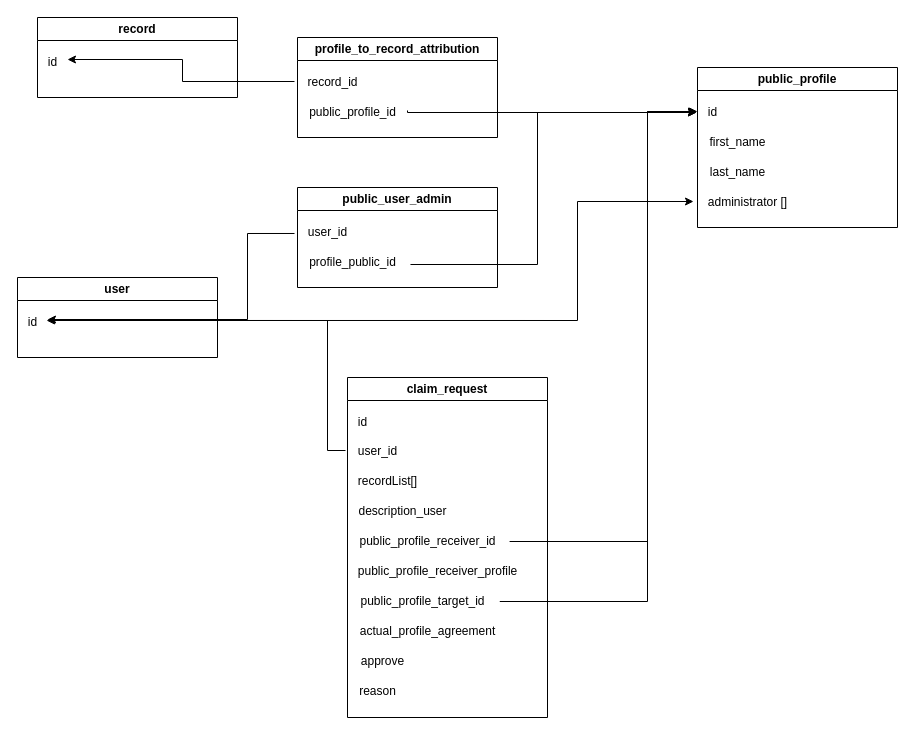
This is docs/develop/img/database.drawio from ulysseus-eu/docs-invenio-rdm, a draw.io file, before an edit. Source tidied: cells renumbered, new cells numbered last; positions are measured from the earlier drawing's top-left corner, leaving out a move shared by most shapes. Both pictures are drawn from the tidied source at 100%, with x=0, y=0 at pixel (17, 17).
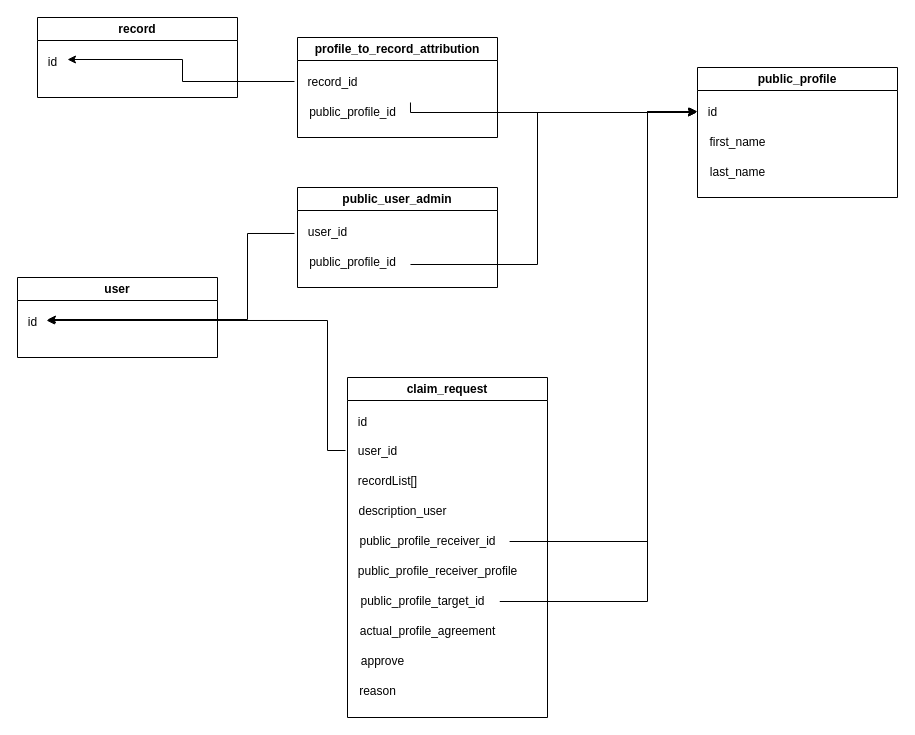
Above is the later version.

Unchanged cells that the change refers to:
```xml
<mxCell id="3" value="id" style="text;html=1;align=center;verticalAlign=middle;points=[];strokeColor=none;fillColor=none;" parent="2" vertex="1">
  <mxGeometry y="30" width="30" height="30" as="geometry" />
</mxCell>
<mxCell id="19" value="id" style="text;html=1;align=center;verticalAlign=middle;points=[];strokeColor=none;fillColor=none;" parent="18" vertex="1">
  <mxGeometry y="30" width="30" height="30" as="geometry" />
</mxCell>
<mxCell id="25" value="public_profile_id" style="text;html=1;align=center;verticalAlign=middle;points=[];strokeColor=none;fillColor=none;" parent="23" vertex="1">
  <mxGeometry y="60" width="110" height="30" as="geometry" />
</mxCell>
<mxCell id="26" value="public_user_admin" style="swimlane;whiteSpace=wrap;html=1;" parent="1" vertex="1">
  <mxGeometry x="280" y="170" width="200" height="100" as="geometry" />
</mxCell>
```

The edit, as a diff of the source:
```diff
@@
     <mxCell id="2" value="public_profile" style="swimlane;whiteSpace=wrap;html=1;" parent="1" vertex="1">
-      <mxGeometry x="680" y="50" width="200" height="160" as="geometry" />
+      <mxGeometry x="680" y="50" width="200" height="130" as="geometry" />
     </mxCell>
@@
-    <mxCell id="6" value="administrator []" style="text;html=1;align=center;verticalAlign=middle;points=[];strokeColor=none;fillColor=none;" parent="2" vertex="1">
-      <mxGeometry y="120" width="100" height="30" as="geometry" />
-    </mxCell>
@@
-    <mxCell id="28" value="profile_public_id" style="text;html=1;align=center;verticalAlign=middle;points=[];strokeColor=none;fillColor=none;" parent="26" vertex="1">
+    <mxCell id="28" value="public_profile_id" style="text;html=1;align=center;verticalAlign=middle;points=[];strokeColor=none;fillColor=none;" parent="26" vertex="1">
       <mxGeometry y="60" width="110" height="30" as="geometry" />
     </mxCell>
@@
-    <mxCell id="31" style="endArrow=classic;html=1;rounded=0;edgeStyle=orthogonalEdgeStyle;entryX=-0.033;entryY=0.5;entryDx=0;entryDy=0;entryPerimeter=0;exitX=1;exitY=0.433;exitDx=0;exitDy=0;exitPerimeter=0;" parent="1" edge="1" source="25" target="3">
+    <mxCell id="31" style="endArrow=classic;html=1;rounded=0;edgeStyle=orthogonalEdgeStyle;entryX=-0.033;entryY=0.5;entryDx=0;entryDy=0;entryPerimeter=0;exitX=1.027;exitY=0.167;exitDx=0;exitDy=0;exitPerimeter=0;" parent="1" edge="1" source="25" target="3">
       <mxGeometry relative="1" as="geometry">
         <Array as="points">
-          <mxPoint x="390" y="95" />
+          <mxPoint x="393" y="95" />
         </Array>
       </mxGeometry>
     </mxCell>
@@
-    <mxCell id="35" style="endArrow=classic;html=1;rounded=0;edgeStyle=orthogonalEdgeStyle;entryX=-0.04;entryY=0.467;entryDx=0;entryDy=0;entryPerimeter=0;exitX=1.133;exitY=0.433;exitDx=0;exitDy=0;exitPerimeter=0;" parent="1" edge="1" source="19" target="6">
-      <mxGeometry relative="1" as="geometry">
-        <Array as="points">
-          <mxPoint x="560" y="303" />
-          <mxPoint x="560" y="184" />
-        </Array>
-      </mxGeometry>
-    </mxCell>
```
